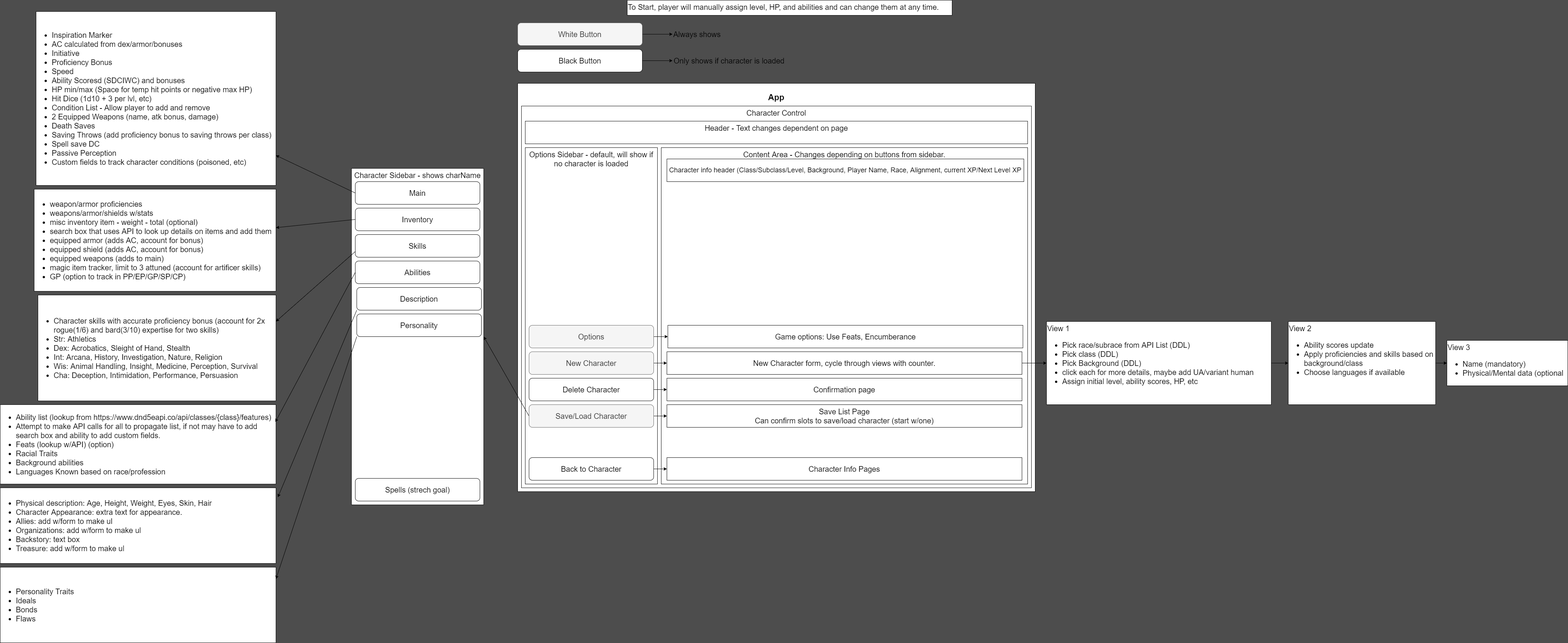
Earlier version of the draw.io export diagram.png (benjaminw1030/dnd-character-creator). Source tidied: cells renumbered, new cells last; positions are measured from the earlier drawing's top-left corner, leaving out a move shared by most shapes.
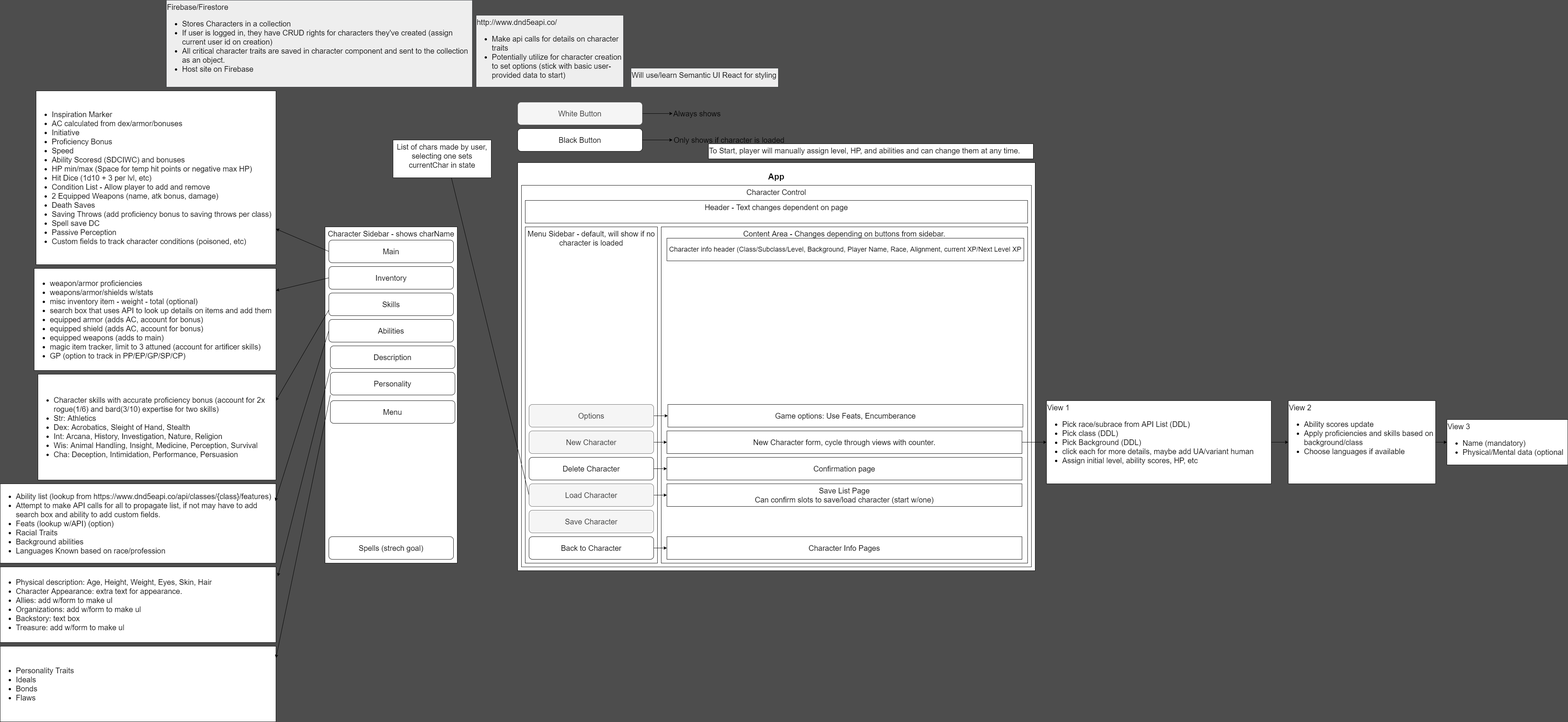
The same diagram one commit later.

Commit message:
basic structure, setting up firebase auth

The edit, as a diff of the source:
```diff
@@ -11,7 +11,7 @@
     <mxCell id="4" value="Header - Text changes dependent on page" style="rounded=0;whiteSpace=wrap;html=1;verticalAlign=top;fontSize=20;" parent="1" vertex="1">
       <mxGeometry x="1390" y="320" width="1330" height="60" as="geometry" />
     </mxCell>
-    <mxCell id="5" value="Options Sidebar - default, will show if no character is loaded" style="rounded=0;whiteSpace=wrap;html=1;verticalAlign=top;fontSize=20;" parent="1" vertex="1">
+    <mxCell id="5" value="Menu Sidebar - default, will show if no character is loaded" style="rounded=0;whiteSpace=wrap;html=1;verticalAlign=top;fontSize=20;" parent="1" vertex="1">
       <mxGeometry x="1390" y="390" width="350" height="890" as="geometry" />
     </mxCell>
     <mxCell id="6" value="Content Area - Changes depending on buttons from sidebar." style="rounded=0;whiteSpace=wrap;html=1;fontSize=20;verticalAlign=top;" parent="1" vertex="1">
@@ -23,13 +23,13 @@
     <mxCell id="8" value="Back to Character" style="rounded=1;whiteSpace=wrap;html=1;fontSize=20;verticalAlign=middle;" parent="1" vertex="1">
       <mxGeometry x="1400" y="1210" width="330" height="60" as="geometry" />
     </mxCell>
-    <mxCell id="9" style="edgeStyle=none;html=1;fontSize=18;entryX=1;entryY=0.5;entryDx=0;entryDy=0;exitX=0;exitY=0.5;exitDx=0;exitDy=0;" parent="1" edge="1" source="11" target="35">
+    <mxCell id="9" style="edgeStyle=none;html=1;fontSize=18;exitX=0;exitY=0.5;exitDx=0;exitDy=0;entryX=0.5;entryY=0;entryDx=0;entryDy=0;" parent="1" edge="1" source="11" target="61">
       <mxGeometry relative="1" as="geometry" />
     </mxCell>
     <mxCell id="10" style="edgeStyle=none;html=1;fontSize=18;" parent="1" edge="1" source="11" target="48">
       <mxGeometry relative="1" as="geometry" />
     </mxCell>
-    <mxCell id="11" value="Save/Load Character" style="rounded=1;whiteSpace=wrap;html=1;fontSize=20;verticalAlign=middle;fillColor=#f5f5f5;strokeColor=#666666;fontColor=#333333;" parent="1" vertex="1">
+    <mxCell id="11" value="Load Character" style="rounded=1;whiteSpace=wrap;html=1;fontSize=20;verticalAlign=middle;fillColor=#f5f5f5;strokeColor=#666666;fontColor=#333333;" parent="1" vertex="1">
       <mxGeometry x="1400" y="1070" width="330" height="60" as="geometry" />
     </mxCell>
     <mxCell id="12" style="edgeStyle=none;html=1;fontSize=20;exitX=1;exitY=0.5;exitDx=0;exitDy=0;entryX=0;entryY=0.5;entryDx=0;entryDy=0;" parent="1" edge="1" source="13" target="22">
@@ -103,7 +103,7 @@
       <mxGeometry y="1290" width="730" height="200" as="geometry" />
     </mxCell>
     <mxCell id="34" style="group;" parent="1" vertex="1">
-      <mxGeometry x="930" y="445" width="350" height="890" as="geometry" />
+      <mxGeometry x="860" y="390" width="350" height="890" as="geometry" />
     </mxCell>
     <mxCell id="35" value="Character Sidebar - shows charName" style="rounded=0;whiteSpace=wrap;html=1;verticalAlign=top;fontSize=20;" parent="34" vertex="1">
       <mxGeometry width="350" height="890" as="geometry" />
@@ -129,6 +129,9 @@
     <mxCell id="42" value="Personality" style="rounded=1;whiteSpace=wrap;html=1;fontSize=20;verticalAlign=middle;" parent="34" vertex="1">
       <mxGeometry x="14" y="385" width="330" height="60" as="geometry" />
     </mxCell>
+    <mxCell id="58" value="Menu" style="rounded=1;whiteSpace=wrap;html=1;fontSize=20;verticalAlign=middle;" parent="34" vertex="1">
+      <mxGeometry x="14" y="460" width="330" height="60" as="geometry" />
+    </mxCell>
     <mxCell id="43" style="edgeStyle=none;html=1;fontSize=18;entryX=0.998;entryY=0.218;entryDx=0;entryDy=0;entryPerimeter=0;exitX=0;exitY=0.5;exitDx=0;exitDy=0;" parent="1" edge="1" source="40" target="32">
       <mxGeometry relative="1" as="geometry" />
     </mxCell>
@@ -163,7 +166,7 @@
       <mxGeometry x="3410" y="850" width="390" height="220" as="geometry" />
     </mxCell>
     <mxCell id="54" value="To Start, player will manually assign level, HP, and abilities and can change them at any time." style="whiteSpace=wrap;html=1;rounded=0;fontSize=20;verticalAlign=top;align=left;shadow=0;sketch=0;" parent="1" vertex="1">
-      <mxGeometry x="1660" width="860" height="40" as="geometry" />
+      <mxGeometry x="1875" y="170" width="860" height="40" as="geometry" />
     </mxCell>
     <mxCell id="55" value="View 3&lt;br&gt;&lt;ul&gt;&lt;li&gt;Name (mandatory)&lt;/li&gt;&lt;li&gt;Physical/Mental data (optional&lt;/li&gt;&lt;/ul&gt;" style="whiteSpace=wrap;html=1;rounded=0;fontSize=20;verticalAlign=top;align=left;" parent="1" vertex="1">
       <mxGeometry x="3830" y="900" width="320" height="120" as="geometry" />
@@ -174,5 +177,20 @@
     <mxCell id="57" style="edgeStyle=none;html=1;fontSize=18;entryX=1;entryY=0.155;entryDx=0;entryDy=0;entryPerimeter=0;exitX=0;exitY=1;exitDx=0;exitDy=0;" parent="1" edge="1" source="42" target="56">
       <mxGeometry relative="1" as="geometry" />
     </mxCell>
+    <mxCell id="59" value="Firebase/Firestore&lt;br style=&quot;font-size: 20px&quot;&gt;&lt;ul style=&quot;font-size: 20px&quot;&gt;&lt;li style=&quot;font-size: 20px&quot;&gt;Stores Characters in a collection&lt;/li&gt;&lt;li style=&quot;font-size: 20px&quot;&gt;If user is logged in, they have CRUD rights for characters they've created (assign current user id on creation)&lt;/li&gt;&lt;li style=&quot;font-size: 20px&quot;&gt;All critical character traits are saved in character component and sent to the collection as an object.&lt;/li&gt;&lt;li style=&quot;font-size: 20px&quot;&gt;Host site on Firebase&lt;/li&gt;&lt;/ul&gt;" style="rounded=0;whiteSpace=wrap;html=1;fillColor=#eeeeee;strokeColor=#36393d;fontColor=#000000;align=left;verticalAlign=top;fontSize=20;" parent="1" vertex="1">
+      <mxGeometry x="440" y="-210" width="810" height="230" as="geometry" />
+    </mxCell>
+    <mxCell id="60" value="Save Character" style="rounded=1;whiteSpace=wrap;html=1;fontSize=20;verticalAlign=middle;fillColor=#f5f5f5;strokeColor=#666666;fontColor=#333333;" parent="1" vertex="1">
+      <mxGeometry x="1400" y="1140" width="330" height="60" as="geometry" />
+    </mxCell>
+    <mxCell id="61" value="List of chars made by user, selecting one sets currentChar in state" style="rounded=0;whiteSpace=wrap;html=1;verticalAlign=top;fontSize=20;" parent="1" vertex="1">
+      <mxGeometry x="1040" y="160" width="260" height="100" as="geometry" />
+    </mxCell>
+    <mxCell id="62" value="http://www.dnd5eapi.co/&lt;br&gt;&lt;ul&gt;&lt;li&gt;Make api calls for details on character traits&lt;/li&gt;&lt;li&gt;Potentially utilize for character creation to set options (stick with basic user-provided data to start)&lt;/li&gt;&lt;/ul&gt;" style="rounded=0;whiteSpace=wrap;html=1;fillColor=#eeeeee;strokeColor=#36393d;fontColor=#000000;align=left;verticalAlign=top;fontSize=20;" parent="1" vertex="1">
+      <mxGeometry x="1260" y="-170" width="390" height="190" as="geometry" />
+    </mxCell>
+    <mxCell id="63" value="Will use/learn Semantic UI React for styling" style="rounded=0;whiteSpace=wrap;html=1;fillColor=#eeeeee;strokeColor=#36393d;fontColor=#000000;align=left;verticalAlign=top;fontSize=20;" parent="1" vertex="1">
+      <mxGeometry x="1670" y="-30" width="390" height="50" as="geometry" />
+    </mxCell>
   </root>
 </mxGraphModel>
```
